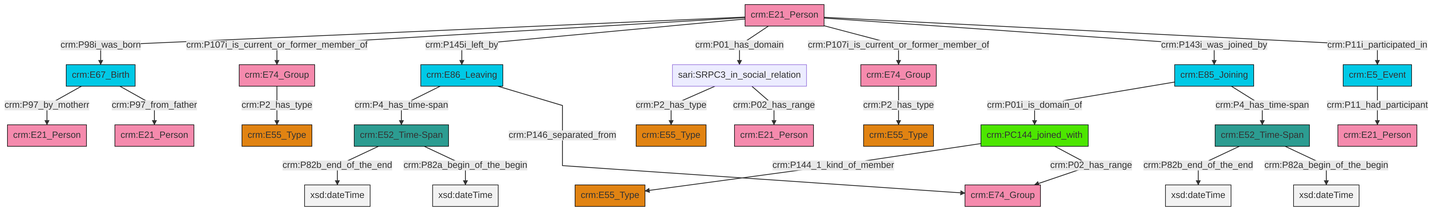
This is et/personCSV/ttl/mmd/png/Person_Actor_Relations.png from swiss-art-research-net/docs.swissartresearch, a Mermaid export, as it was before one commit. Its source is kept beside it as et/personCSV/ttl/mmd/Person_Actor_Relations.ttl.mmd.
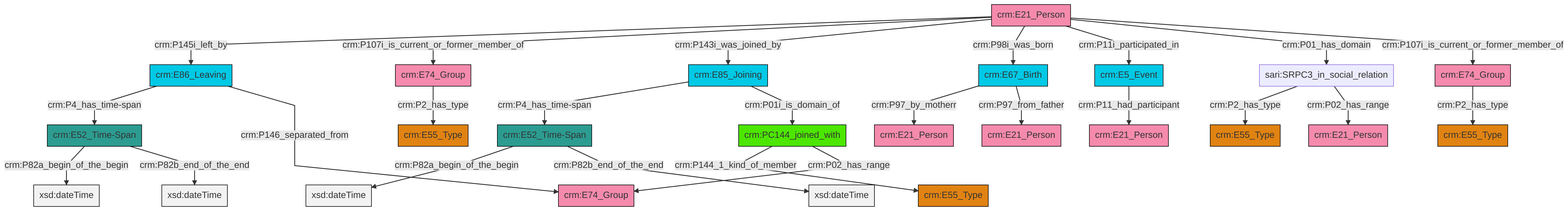
After the change.

What changed in the source:
```diff
@@ -13,27 +13,27 @@
 classDef PC_Classes fill:#4ce600, stroke:#000000;
 classDef Multi fill:#cccccc,stroke:#000000;
 
-2["crm:PC144_joined_with"]:::PC_Classes -->|crm:P144_1_kind_of_member| 3["crm:E55_Type"]:::Type
-6["crm:E21_Person"]:::Actor -->|crm:P98i_was_born| 7["crm:E67_Birth"]:::Temporal_Entity
-8["crm:E86_Leaving"]:::Temporal_Entity -->|crm:P4_has_time-span| 9["crm:E52_Time-Span"]:::Time-Span
-13["sari:SRPC3_in_social_relation"]:::Default -->|crm:P2_has_type| 14["crm:E55_Type"]:::Type
-15["crm:E52_Time-Span"]:::Time-Span -->|crm:P82b_end_of_the_end| 16[xsd:dateTime]:::Literal
-19["crm:E74_Group"]:::Actor -->|crm:P2_has_type| 20["crm:E55_Type"]:::Type
-6["crm:E21_Person"]:::Actor -->|crm:P107i_is_current_or_former_member_of| 19["crm:E74_Group"]:::Actor
-6["crm:E21_Person"]:::Actor -->|crm:P145i_left_by| 8["crm:E86_Leaving"]:::Temporal_Entity
-6["crm:E21_Person"]:::Actor -->|crm:P01_has_domain| 13["sari:SRPC3_in_social_relation"]:::Default
-27["crm:E85_Joining"]:::Temporal_Entity -->|crm:P01i_is_domain_of| 2["crm:PC144_joined_with"]:::PC_Classes
-27["crm:E85_Joining"]:::Temporal_Entity -->|crm:P4_has_time-span| 15["crm:E52_Time-Span"]:::Time-Span
-9["crm:E52_Time-Span"]:::Time-Span -->|crm:P82b_end_of_the_end| 28[xsd:dateTime]:::Literal
-6["crm:E21_Person"]:::Actor -->|crm:P107i_is_current_or_former_member_of| 11["crm:E74_Group"]:::Actor
-8["crm:E86_Leaving"]:::Temporal_Entity -->|crm:P146_separated_from| 30["crm:E74_Group"]:::Actor
-25["crm:E5_Event"]:::Temporal_Entity -->|crm:P11_had_participant| 31["crm:E21_Person"]:::Actor
-6["crm:E21_Person"]:::Actor -->|crm:P143i_was_joined_by| 27["crm:E85_Joining"]:::Temporal_Entity
-2["crm:PC144_joined_with"]:::PC_Classes -->|crm:P02_has_range| 30["crm:E74_Group"]:::Actor
-13["sari:SRPC3_in_social_relation"]:::Default -->|crm:P02_has_range| 36["crm:E21_Person"]:::Actor
-15["crm:E52_Time-Span"]:::Time-Span -->|crm:P82a_begin_of_the_begin| 40[xsd:dateTime]:::Literal
-7["crm:E67_Birth"]:::Temporal_Entity -->|crm:P97_by_motherr| 0["crm:E21_Person"]:::Actor
-9["crm:E52_Time-Span"]:::Time-Span -->|crm:P82a_begin_of_the_begin| 41[xsd:dateTime]:::Literal
-7["crm:E67_Birth"]:::Temporal_Entity -->|crm:P97_from_father| 4["crm:E21_Person"]:::Actor
-6["crm:E21_Person"]:::Actor -->|crm:P11i_participated_in| 25["crm:E5_Event"]:::Temporal_Entity
-11["crm:E74_Group"]:::Actor -->|crm:P2_has_type| 22["crm:E55_Type"]:::Type
+0["crm:E21_Person"]:::Actor -->|crm:P145i_left_by| 1["crm:E86_Leaving"]:::Temporal_Entity
+0["crm:E21_Person"]:::Actor -->|crm:P107i_is_current_or_former_member_of| 4["crm:E74_Group"]:::Actor
+7["crm:E52_Time-Span"]:::Time-Span -->|crm:P82a_begin_of_the_begin| 8[xsd:dateTime]:::Literal
+1["crm:E86_Leaving"]:::Temporal_Entity -->|crm:P4_has_time-span| 7["crm:E52_Time-Span"]:::Time-Span
+12["crm:E52_Time-Span"]:::Time-Span -->|crm:P82a_begin_of_the_begin| 13[xsd:dateTime]:::Literal
+0["crm:E21_Person"]:::Actor -->|crm:P143i_was_joined_by| 19["crm:E85_Joining"]:::Temporal_Entity
+4["crm:E74_Group"]:::Actor -->|crm:P2_has_type| 16["crm:E55_Type"]:::Type
+21["sari:SRPC3_in_social_relation"]:::Default -->|crm:P2_has_type| 10["crm:E55_Type"]:::Type
+19["crm:E85_Joining"]:::Temporal_Entity -->|crm:P4_has_time-span| 12["crm:E52_Time-Span"]:::Time-Span
+0["crm:E21_Person"]:::Actor -->|crm:P98i_was_born| 5["crm:E67_Birth"]:::Temporal_Entity
+19["crm:E85_Joining"]:::Temporal_Entity -->|crm:P01i_is_domain_of| 27["crm:PC144_joined_with"]:::PC_Classes
+0["crm:E21_Person"]:::Actor -->|crm:P11i_participated_in| 2["crm:E5_Event"]:::Temporal_Entity
+27["crm:PC144_joined_with"]:::PC_Classes -->|crm:P144_1_kind_of_member| 23["crm:E55_Type"]:::Type
+7["crm:E52_Time-Span"]:::Time-Span -->|crm:P82b_end_of_the_end| 34[xsd:dateTime]:::Literal
+5["crm:E67_Birth"]:::Temporal_Entity -->|crm:P97_by_motherr| 35["crm:E21_Person"]:::Actor
+1["crm:E86_Leaving"]:::Temporal_Entity -->|crm:P146_separated_from| 30["crm:E74_Group"]:::Actor
+5["crm:E67_Birth"]:::Temporal_Entity -->|crm:P97_from_father| 36["crm:E21_Person"]:::Actor
+12["crm:E52_Time-Span"]:::Time-Span -->|crm:P82b_end_of_the_end| 38[xsd:dateTime]:::Literal
+0["crm:E21_Person"]:::Actor -->|crm:P01_has_domain| 21["sari:SRPC3_in_social_relation"]:::Default
+27["crm:PC144_joined_with"]:::PC_Classes -->|crm:P02_has_range| 30["crm:E74_Group"]:::Actor
+21["sari:SRPC3_in_social_relation"]:::Default -->|crm:P02_has_range| 42["crm:E21_Person"]:::Actor
+2["crm:E5_Event"]:::Temporal_Entity -->|crm:P11_had_participant| 44["crm:E21_Person"]:::Actor
+40["crm:E74_Group"]:::Actor -->|crm:P2_has_type| 14["crm:E55_Type"]:::Type
+0["crm:E21_Person"]:::Actor -->|crm:P107i_is_current_or_former_member_of| 40["crm:E74_Group"]:::Actor
```
